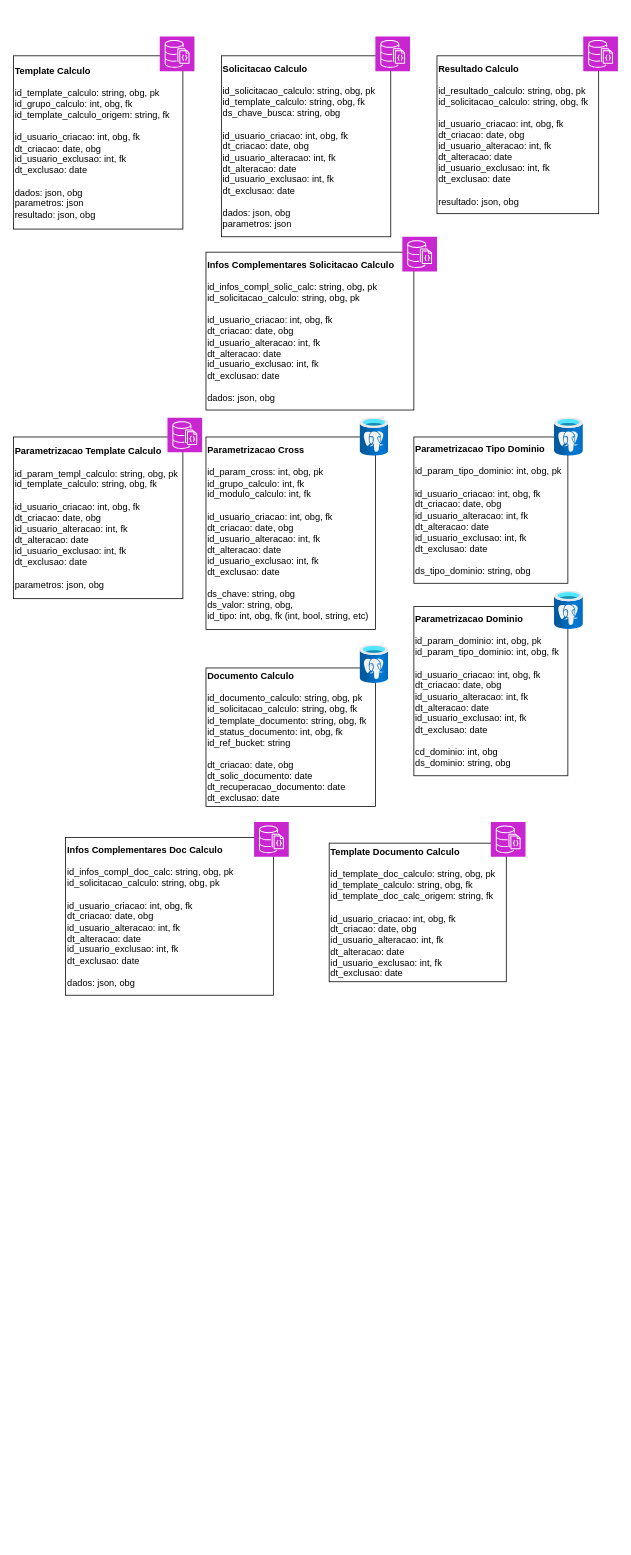
Before: TabelasMotor.drawio in geovanimamedes/code-examples, a draw.io diagram. Source tidied: cells renumbered, new cells numbered last; positions are measured from the earlier drawing's top-left corner, leaving out a move shared by most shapes. Both pictures are drawn from the tidied source at 77%, with x=0, y=0 at pixel (13, 36).
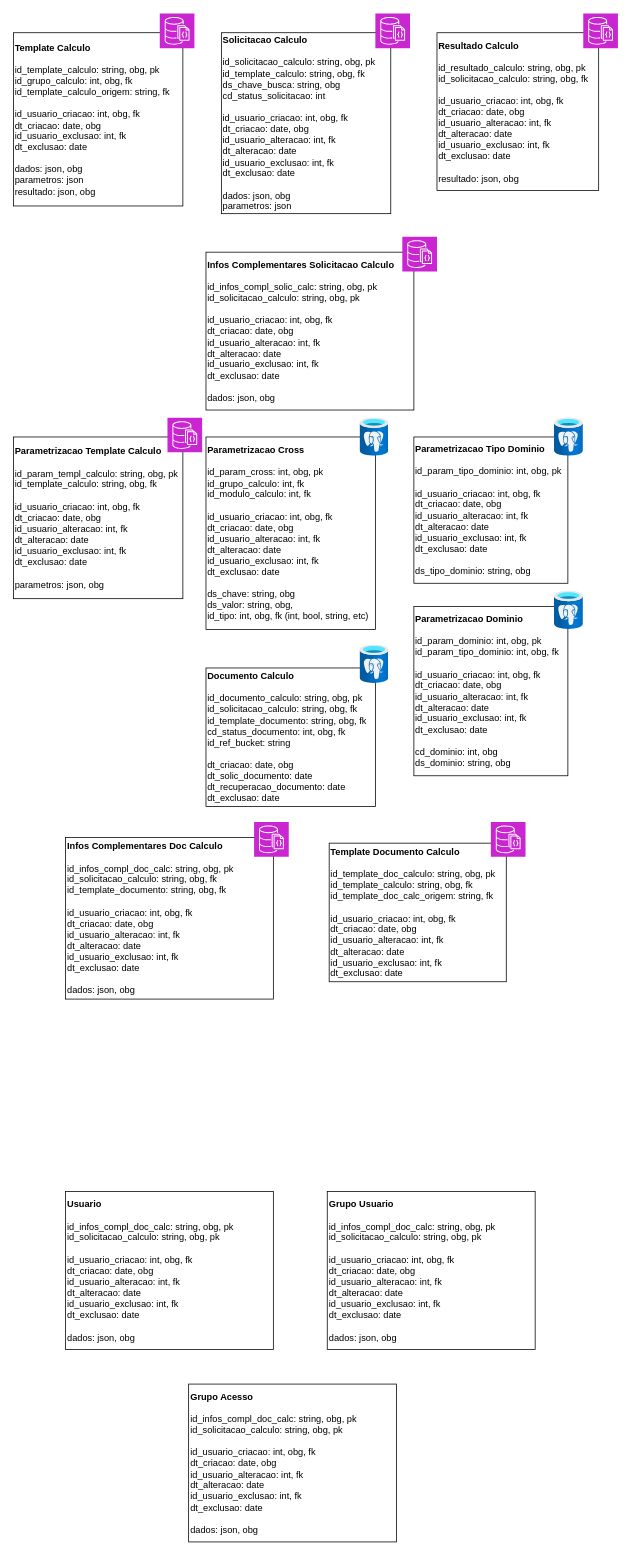
The same page after the edit.

Commit message (it also covers changes not shown here):
Rotas e tabelas

What changed in the source:
```diff
@@
-    <mxCell id="2" value="&lt;b&gt;Solicitacao Calculo&lt;/b&gt;&lt;div&gt;&lt;br&gt;&lt;/div&gt;&lt;div&gt;id_solicitacao_calculo: string, obg, pk&lt;/div&gt;&lt;div&gt;id_template_calculo: string, obg, fk&lt;/div&gt;&lt;div&gt;ds_chave_busca: string, obg&lt;br&gt;&lt;/div&gt;&lt;div&gt;&lt;br&gt;&lt;/div&gt;&lt;div&gt;id_usuario_criacao: int, obg, fk&lt;/div&gt;&lt;div&gt;dt_criacao: date, obg&lt;/div&gt;&lt;div&gt;id_usuario_alteracao: int, fk&lt;/div&gt;&lt;div&gt;dt_alteracao: date&lt;/div&gt;&lt;div&gt;&lt;span style=&quot;background-color: initial;&quot;&gt;id_usuario_exclusao: int, fk&lt;/span&gt;&lt;br&gt;&lt;/div&gt;&lt;div&gt;dt_exclusao: date&lt;/div&gt;&lt;div&gt;&lt;br&gt;&lt;/div&gt;&lt;div&gt;&lt;div&gt;dados: json, obg&lt;/div&gt;&lt;div&gt;parametros: json&lt;/div&gt;&lt;/div&gt;" style="rounded=0;whiteSpace=wrap;html=1;align=left;" parent="1" vertex="1">
-      <mxGeometry x="270" y="25" width="220" height="235" as="geometry" />
+    <mxCell id="2" value="&lt;b&gt;Solicitacao Calculo&lt;/b&gt;&lt;div&gt;&lt;br&gt;&lt;/div&gt;&lt;div&gt;id_solicitacao_calculo: string, obg, pk&lt;/div&gt;&lt;div&gt;id_template_calculo: string, obg, fk&lt;/div&gt;&lt;div&gt;ds_chave_busca: string, obg&lt;br&gt;&lt;/div&gt;&lt;div&gt;cd_status_solicitacao: int&lt;/div&gt;&lt;div&gt;&lt;br&gt;&lt;/div&gt;&lt;div&gt;id_usuario_criacao: int, obg, fk&lt;/div&gt;&lt;div&gt;dt_criacao: date, obg&lt;/div&gt;&lt;div&gt;id_usuario_alteracao: int, fk&lt;/div&gt;&lt;div&gt;dt_alteracao: date&lt;/div&gt;&lt;div&gt;&lt;span style=&quot;background-color: initial;&quot;&gt;id_usuario_exclusao: int, fk&lt;/span&gt;&lt;br&gt;&lt;/div&gt;&lt;div&gt;dt_exclusao: date&lt;/div&gt;&lt;div&gt;&lt;br&gt;&lt;/div&gt;&lt;div&gt;&lt;div&gt;dados: json, obg&lt;/div&gt;&lt;div&gt;parametros: json&lt;/div&gt;&lt;/div&gt;" style="rounded=0;whiteSpace=wrap;html=1;align=left;" parent="1" vertex="1">
+      <mxGeometry x="270" y="-5" width="220" height="235" as="geometry" />
     </mxCell>
     <mxCell id="3" value="&lt;b&gt;Resultado Calculo&lt;/b&gt;&lt;div&gt;&lt;br&gt;&lt;/div&gt;&lt;div&gt;id_resultado_calculo: string, obg, pk&lt;/div&gt;&lt;div&gt;id_solicitacao_calculo: string, obg, fk&lt;/div&gt;&lt;div&gt;&lt;br&gt;&lt;/div&gt;&lt;div&gt;&lt;div&gt;id_usuario_criacao: int, obg, fk&lt;/div&gt;&lt;div&gt;dt_criacao: date, obg&lt;/div&gt;&lt;div&gt;id_usuario_alteracao: int, fk&lt;/div&gt;&lt;div&gt;dt_alteracao: date&lt;/div&gt;&lt;div&gt;&lt;span style=&quot;background-color: initial;&quot;&gt;id_usuario_exclusao: int, fk&lt;/span&gt;&lt;br&gt;&lt;/div&gt;&lt;div&gt;dt_exclusao: date&lt;/div&gt;&lt;/div&gt;&lt;div&gt;&lt;br&gt;&lt;/div&gt;&lt;div&gt;&lt;div&gt;resultado: json, obg&lt;/div&gt;&lt;/div&gt;" style="rounded=0;whiteSpace=wrap;html=1;align=left;" parent="1" vertex="1">
-      <mxGeometry x="550" y="25" width="210" height="205" as="geometry" />
+      <mxGeometry x="550" y="-5" width="210" height="205" as="geometry" />
     </mxCell>
     <mxCell id="4" value="&lt;b&gt;Template Calculo&lt;/b&gt;&lt;div&gt;&lt;br&gt;&lt;/div&gt;&lt;div&gt;id_template_calculo: string, obg, pk&lt;/div&gt;&lt;div&gt;id_grupo_calculo: int, obg, fk&lt;/div&gt;&lt;div&gt;id_template_calculo_origem: string, fk&lt;/div&gt;&lt;div&gt;&lt;br&gt;&lt;/div&gt;&lt;div&gt;id_usuario_criacao: int, obg, fk&lt;/div&gt;&lt;div&gt;dt_criacao: date, obg&lt;/div&gt;&lt;div&gt;&lt;span style=&quot;background-color: initial;&quot;&gt;id_usuario_exclusao: int, fk&lt;/span&gt;&lt;br&gt;&lt;/div&gt;&lt;div&gt;dt_exclusao: date&lt;/div&gt;&lt;div&gt;&lt;br&gt;&lt;/div&gt;&lt;div&gt;&lt;div&gt;dados: json, obg&lt;/div&gt;&lt;div&gt;parametros: json&lt;/div&gt;&lt;/div&gt;&lt;div&gt;resultado: json, obg&lt;/div&gt;" style="rounded=0;whiteSpace=wrap;html=1;align=left;" parent="1" vertex="1">
-      <mxGeometry y="25" width="220" height="225" as="geometry" />
+      <mxGeometry y="-5" width="220" height="225" as="geometry" />
     </mxCell>
@@
-    <mxCell id="10" value="&lt;b&gt;Documento Calculo&lt;/b&gt;&lt;div&gt;&lt;br&gt;&lt;/div&gt;&lt;div&gt;id_documento_calculo: string, obg, pk&lt;/div&gt;&lt;div&gt;id_solicitacao_calculo: string, obg, fk&lt;/div&gt;&lt;div&gt;id_template_documento: string, obg, fk&lt;/div&gt;&lt;div&gt;&lt;span style=&quot;background-color: initial;&quot;&gt;id_status_documento: int, obg, fk&lt;/span&gt;&lt;br&gt;&lt;/div&gt;&lt;div&gt;id_ref_bucket: string&lt;br&gt;&lt;/div&gt;&lt;div&gt;&lt;br&gt;&lt;/div&gt;&lt;div&gt;&lt;div&gt;&lt;span style=&quot;background-color: initial;&quot;&gt;dt_criacao: date, obg&lt;/span&gt;&lt;br&gt;&lt;/div&gt;&lt;div&gt;&lt;span style=&quot;background-color: initial;&quot;&gt;dt_solic_documento: date&lt;/span&gt;&lt;br&gt;&lt;/div&gt;&lt;div&gt;dt_recuperacao_documento: date&lt;span style=&quot;background-color: initial;&quot;&gt;&lt;br&gt;&lt;/span&gt;&lt;/div&gt;&lt;div&gt;&lt;span style=&quot;background-color: initial;&quot;&gt;dt_exclusao: date&lt;/span&gt;&lt;/div&gt;&lt;/div&gt;" style="rounded=0;whiteSpace=wrap;html=1;align=left;" parent="1" vertex="1">
+    <mxCell id="10" value="&lt;b&gt;Documento Calculo&lt;/b&gt;&lt;div&gt;&lt;br&gt;&lt;/div&gt;&lt;div&gt;id_documento_calculo: string, obg, pk&lt;/div&gt;&lt;div&gt;id_solicitacao_calculo: string, obg, fk&lt;/div&gt;&lt;div&gt;id_template_documento: string, obg, fk&lt;/div&gt;&lt;div&gt;&lt;span style=&quot;background-color: initial;&quot;&gt;cd_status_documento: int, obg, fk&lt;/span&gt;&lt;br&gt;&lt;/div&gt;&lt;div&gt;id_ref_bucket: string&lt;br&gt;&lt;/div&gt;&lt;div&gt;&lt;br&gt;&lt;/div&gt;&lt;div&gt;&lt;div&gt;&lt;span style=&quot;background-color: initial;&quot;&gt;dt_criacao: date, obg&lt;/span&gt;&lt;br&gt;&lt;/div&gt;&lt;div&gt;&lt;span style=&quot;background-color: initial;&quot;&gt;dt_solic_documento: date&lt;/span&gt;&lt;br&gt;&lt;/div&gt;&lt;div&gt;dt_recuperacao_documento: date&lt;span style=&quot;background-color: initial;&quot;&gt;&lt;br&gt;&lt;/span&gt;&lt;/div&gt;&lt;div&gt;&lt;span style=&quot;background-color: initial;&quot;&gt;dt_exclusao: date&lt;/span&gt;&lt;/div&gt;&lt;/div&gt;" style="rounded=0;whiteSpace=wrap;html=1;align=left;" parent="1" vertex="1">
       <mxGeometry x="250" y="820" width="220" height="180" as="geometry" />
     </mxCell>
@@
     <mxCell id="12" style="sketch=0;fontColor=#232F3E;fillColor=#C925D1;strokeColor=#ffffff;dashed=0;verticalLabelPosition=bottom;verticalAlign=top;align=center;html=1;fontSize=12;fontStyle=0;shape=mxgraph.aws4.resourceIcon;resIcon=mxgraph.aws4.documentdb_with_mongodb_compatibility;" parent="1" vertex="1">
-      <mxGeometry x="190" width="45" height="45" as="geometry" />
+      <mxGeometry x="190" y="-30" width="45" height="45" as="geometry" />
     </mxCell>
     <mxCell id="13" style="sketch=0;fontColor=#232F3E;fillColor=#C925D1;strokeColor=#ffffff;dashed=0;verticalLabelPosition=bottom;verticalAlign=top;align=center;html=1;fontSize=12;fontStyle=0;shape=mxgraph.aws4.resourceIcon;resIcon=mxgraph.aws4.documentdb_with_mongodb_compatibility;" parent="1" vertex="1">
-      <mxGeometry x="470" width="45" height="45" as="geometry" />
+      <mxGeometry x="470" y="-30" width="45" height="45" as="geometry" />
     </mxCell>
     <mxCell id="14" style="sketch=0;fontColor=#232F3E;fillColor=#C925D1;strokeColor=#ffffff;dashed=0;verticalLabelPosition=bottom;verticalAlign=top;align=center;html=1;fontSize=12;fontStyle=0;shape=mxgraph.aws4.resourceIcon;resIcon=mxgraph.aws4.documentdb_with_mongodb_compatibility;" parent="1" vertex="1">
-      <mxGeometry x="740" width="45" height="45" as="geometry" />
+      <mxGeometry x="740" y="-30" width="45" height="45" as="geometry" />
     </mxCell>
@@
-    <mxCell id="22" value="&lt;b&gt;Infos Complementares Doc Calculo&lt;/b&gt;&lt;div&gt;&lt;br&gt;&lt;/div&gt;&lt;div&gt;id_infos_compl_doc_calc: string, obg, pk&lt;/div&gt;&lt;div&gt;id_solicitacao_calculo: string, obg, pk&lt;/div&gt;&lt;div&gt;&lt;br&gt;&lt;/div&gt;&lt;div&gt;id_usuario_criacao: int, obg, fk&lt;/div&gt;&lt;div&gt;dt_criacao: date, obg&lt;/div&gt;&lt;div&gt;id_usuario_alteracao: int, fk&lt;/div&gt;&lt;div&gt;dt_alteracao: date&lt;/div&gt;&lt;div&gt;&lt;span style=&quot;background-color: initial;&quot;&gt;id_usuario_exclusao: int, fk&lt;/span&gt;&lt;br&gt;&lt;/div&gt;&lt;div&gt;dt_exclusao: date&lt;/div&gt;&lt;div&gt;&lt;br&gt;&lt;/div&gt;&lt;div&gt;&lt;div&gt;dados: json, obg&lt;/div&gt;&lt;/div&gt;" style="rounded=0;whiteSpace=wrap;html=1;align=left;" parent="1" vertex="1">
-      <mxGeometry x="67.5" y="1040" width="270" height="205" as="geometry" />
+    <mxCell id="22" value="&lt;b&gt;Infos Complementares Doc Calculo&lt;/b&gt;&lt;div&gt;&lt;br&gt;&lt;/div&gt;&lt;div&gt;id_infos_compl_doc_calc: string, obg, pk&lt;/div&gt;&lt;div&gt;id_solicitacao_calculo: string, obg, fk&lt;/div&gt;&lt;div&gt;id_template_documento: string, obg, fk&lt;/div&gt;&lt;div&gt;&lt;br&gt;&lt;/div&gt;&lt;div&gt;id_usuario_criacao: int, obg, fk&lt;/div&gt;&lt;div&gt;dt_criacao: date, obg&lt;/div&gt;&lt;div&gt;id_usuario_alteracao: int, fk&lt;/div&gt;&lt;div&gt;dt_alteracao: date&lt;/div&gt;&lt;div&gt;&lt;span style=&quot;background-color: initial;&quot;&gt;id_usuario_exclusao: int, fk&lt;/span&gt;&lt;br&gt;&lt;/div&gt;&lt;div&gt;dt_exclusao: date&lt;/div&gt;&lt;div&gt;&lt;br&gt;&lt;/div&gt;&lt;div&gt;&lt;div&gt;dados: json, obg&lt;/div&gt;&lt;/div&gt;" style="rounded=0;whiteSpace=wrap;html=1;align=left;" parent="1" vertex="1">
+      <mxGeometry x="67.5" y="1040" width="270" height="210" as="geometry" />
     </mxCell>
@@
+    <mxCell id="24" value="&lt;b&gt;Usuario&lt;/b&gt;&lt;div&gt;&lt;br&gt;&lt;/div&gt;&lt;div&gt;id_infos_compl_doc_calc: string, obg, pk&lt;/div&gt;&lt;div&gt;id_solicitacao_calculo: string, obg, pk&lt;/div&gt;&lt;div&gt;&lt;br&gt;&lt;/div&gt;&lt;div&gt;id_usuario_criacao: int, obg, fk&lt;/div&gt;&lt;div&gt;dt_criacao: date, obg&lt;/div&gt;&lt;div&gt;id_usuario_alteracao: int, fk&lt;/div&gt;&lt;div&gt;dt_alteracao: date&lt;/div&gt;&lt;div&gt;&lt;span style=&quot;background-color: initial;&quot;&gt;id_usuario_exclusao: int, fk&lt;/span&gt;&lt;br&gt;&lt;/div&gt;&lt;div&gt;dt_exclusao: date&lt;/div&gt;&lt;div&gt;&lt;br&gt;&lt;/div&gt;&lt;div&gt;&lt;div&gt;dados: json, obg&lt;/div&gt;&lt;/div&gt;" style="rounded=0;whiteSpace=wrap;html=1;align=left;" parent="1" vertex="1">
+      <mxGeometry x="67.5" y="1500" width="270" height="205" as="geometry" />
+    </mxCell>
+    <mxCell id="25" value="&lt;b&gt;Grupo Usuario&lt;/b&gt;&lt;br&gt;&lt;div&gt;&lt;br&gt;&lt;/div&gt;&lt;div&gt;id_infos_compl_doc_calc: string, obg, pk&lt;/div&gt;&lt;div&gt;id_solicitacao_calculo: string, obg, pk&lt;/div&gt;&lt;div&gt;&lt;br&gt;&lt;/div&gt;&lt;div&gt;id_usuario_criacao: int, obg, fk&lt;/div&gt;&lt;div&gt;dt_criacao: date, obg&lt;/div&gt;&lt;div&gt;id_usuario_alteracao: int, fk&lt;/div&gt;&lt;div&gt;dt_alteracao: date&lt;/div&gt;&lt;div&gt;&lt;span style=&quot;background-color: initial;&quot;&gt;id_usuario_exclusao: int, fk&lt;/span&gt;&lt;br&gt;&lt;/div&gt;&lt;div&gt;dt_exclusao: date&lt;/div&gt;&lt;div&gt;&lt;br&gt;&lt;/div&gt;&lt;div&gt;&lt;div&gt;dados: json, obg&lt;/div&gt;&lt;/div&gt;" style="rounded=0;whiteSpace=wrap;html=1;align=left;" parent="1" vertex="1">
+      <mxGeometry x="407.5" y="1500" width="270" height="205" as="geometry" />
+    </mxCell>
+    <mxCell id="26" value="&lt;b&gt;Grupo Acesso&lt;/b&gt;&lt;br&gt;&lt;div&gt;&lt;br&gt;&lt;/div&gt;&lt;div&gt;id_infos_compl_doc_calc: string, obg, pk&lt;/div&gt;&lt;div&gt;id_solicitacao_calculo: string, obg, pk&lt;/div&gt;&lt;div&gt;&lt;br&gt;&lt;/div&gt;&lt;div&gt;id_usuario_criacao: int, obg, fk&lt;/div&gt;&lt;div&gt;dt_criacao: date, obg&lt;/div&gt;&lt;div&gt;id_usuario_alteracao: int, fk&lt;/div&gt;&lt;div&gt;dt_alteracao: date&lt;/div&gt;&lt;div&gt;&lt;span style=&quot;background-color: initial;&quot;&gt;id_usuario_exclusao: int, fk&lt;/span&gt;&lt;br&gt;&lt;/div&gt;&lt;div&gt;dt_exclusao: date&lt;/div&gt;&lt;div&gt;&lt;br&gt;&lt;/div&gt;&lt;div&gt;&lt;div&gt;dados: json, obg&lt;/div&gt;&lt;/div&gt;" style="rounded=0;whiteSpace=wrap;html=1;align=left;" parent="1" vertex="1">
+      <mxGeometry x="227.5" y="1750" width="270" height="205" as="geometry" />
+    </mxCell>
```
